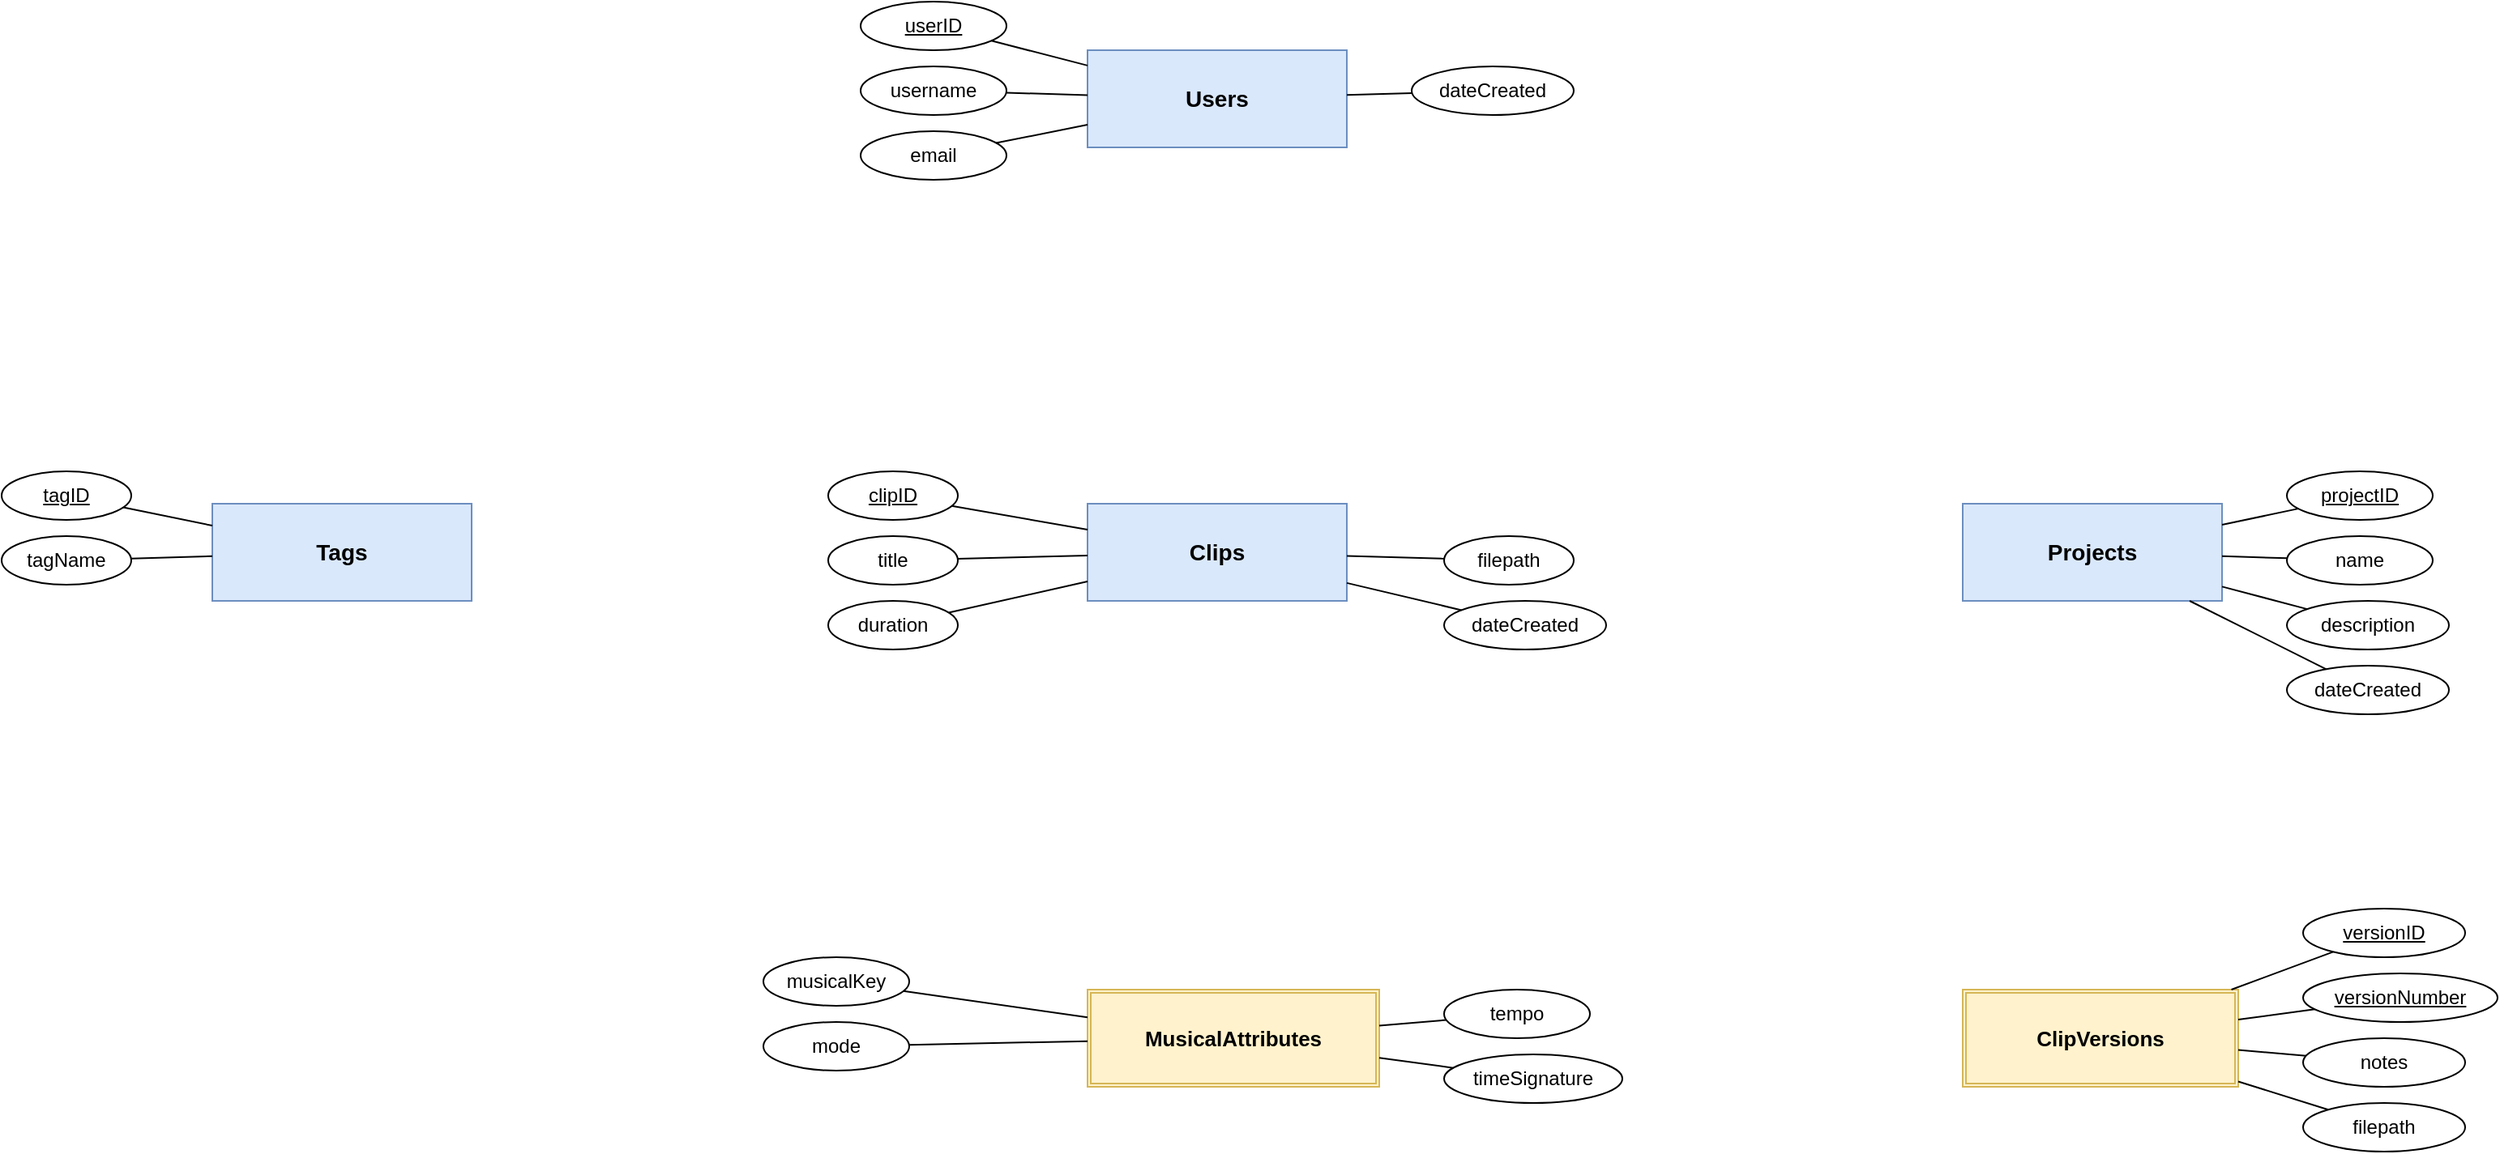
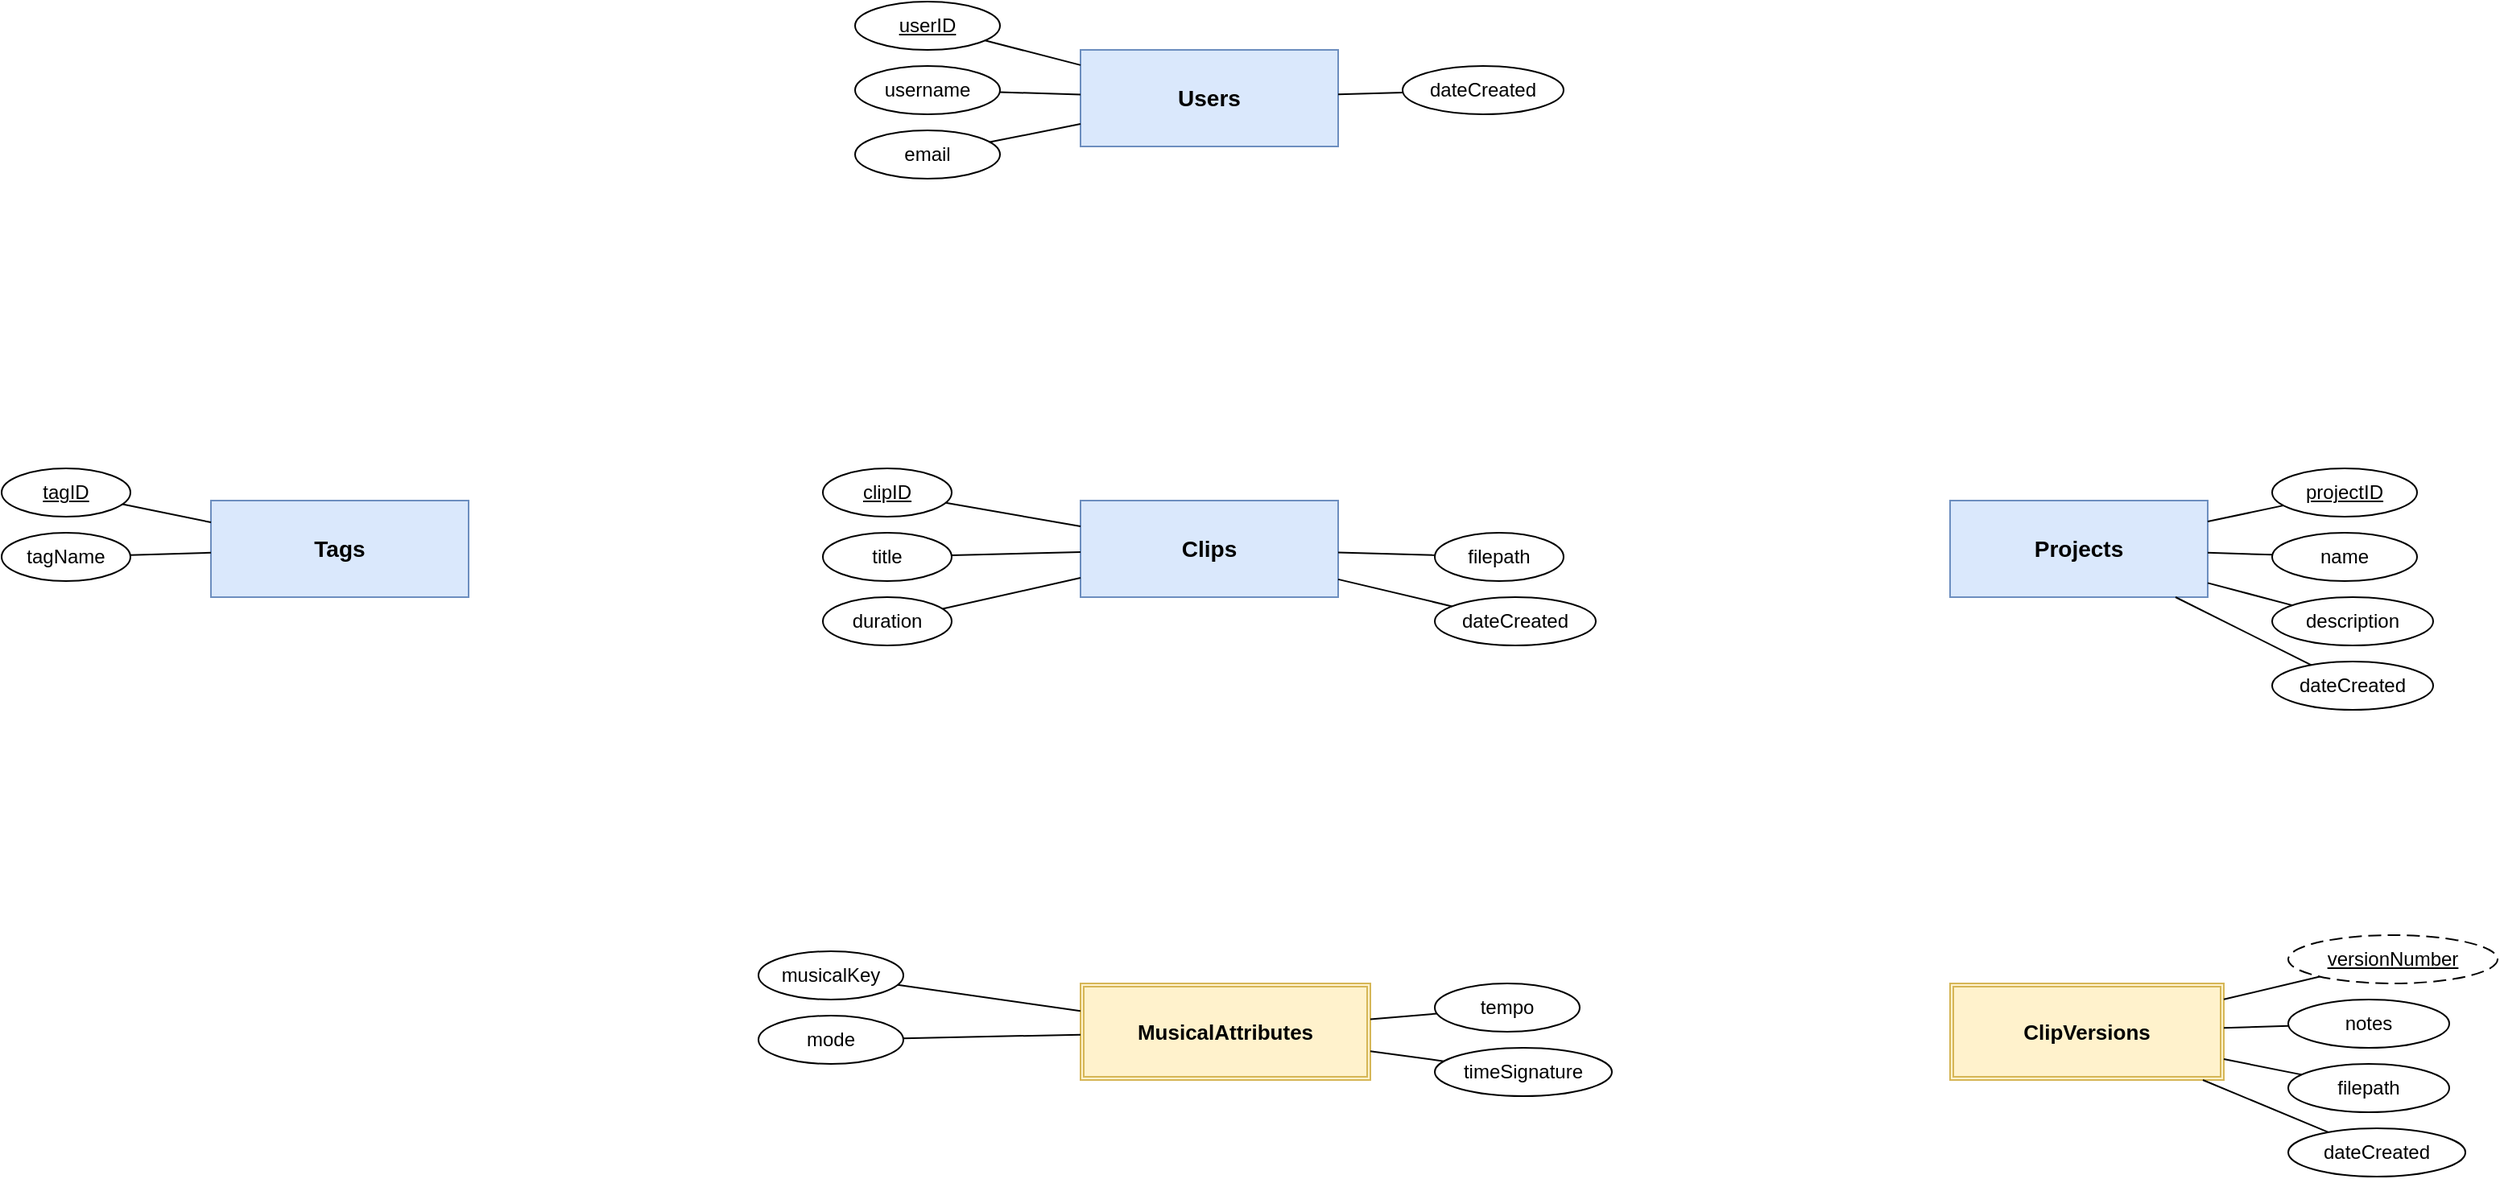
<mxfile host="app.diagrams.net" agent="HarmonyVault" version="24.7.17">
  <diagram name="HarmonyVault-ER" id="harmonyvault-er">
    <mxGraphModel dx="1600" dy="1000" grid="1" gridSize="10" guides="1" tooltips="1" connect="1" arrows="1" fold="1" page="1" pageScale="1" pageWidth="1600" pageHeight="1100" math="0" shadow="0">
      <root>
        <mxCell id="0" />
        <mxCell id="1" parent="0" />

        <!-- ============ STRONG ENTITIES ============ -->

        <!-- Users -->
        <mxCell id="ent_users" value="Users" style="rounded=0;whiteSpace=wrap;html=1;fillColor=#dae8fc;strokeColor=#6c8ebf;fontSize=14;fontStyle=1;" vertex="1" parent="1">
          <mxGeometry x="700" y="40" width="160" height="60" as="geometry" />
        </mxCell>

        <!-- Users attributes -->
        <mxCell id="attr_users_userid" value="userID" style="ellipse;whiteSpace=wrap;html=1;fontStyle=4;fillColor=#ffffff;" vertex="1" parent="1">
          <mxGeometry x="560" y="10" width="90" height="30" as="geometry" />
        </mxCell>
        <mxCell id="attr_users_username" value="username" style="ellipse;whiteSpace=wrap;html=1;fillColor=#ffffff;" vertex="1" parent="1">
          <mxGeometry x="560" y="50" width="90" height="30" as="geometry" />
        </mxCell>
        <mxCell id="attr_users_email" value="email" style="ellipse;whiteSpace=wrap;html=1;fillColor=#ffffff;" vertex="1" parent="1">
          <mxGeometry x="560" y="90" width="90" height="30" as="geometry" />
        </mxCell>
        <mxCell id="attr_users_date" value="dateCreated" style="ellipse;whiteSpace=wrap;html=1;fillColor=#ffffff;" vertex="1" parent="1">
          <mxGeometry x="900" y="50" width="100" height="30" as="geometry" />
        </mxCell>
        <mxCell id="e_users_a1" style="endArrow=none;html=1;" edge="1" parent="1" source="ent_users" target="attr_users_userid"><mxGeometry relative="1" as="geometry"/></mxCell>
        <mxCell id="e_users_a2" style="endArrow=none;html=1;" edge="1" parent="1" source="ent_users" target="attr_users_username"><mxGeometry relative="1" as="geometry"/></mxCell>
        <mxCell id="e_users_a3" style="endArrow=none;html=1;" edge="1" parent="1" source="ent_users" target="attr_users_email"><mxGeometry relative="1" as="geometry"/></mxCell>
        <mxCell id="e_users_a4" style="endArrow=none;html=1;" edge="1" parent="1" source="ent_users" target="attr_users_date"><mxGeometry relative="1" as="geometry"/></mxCell>

        <!-- Clips -->
        <mxCell id="ent_clips" value="Clips" style="rounded=0;whiteSpace=wrap;html=1;fillColor=#dae8fc;strokeColor=#6c8ebf;fontSize=14;fontStyle=1;" vertex="1" parent="1">
          <mxGeometry x="700" y="320" width="160" height="60" as="geometry" />
        </mxCell>
        <mxCell id="attr_clips_clipid" value="clipID" style="ellipse;whiteSpace=wrap;html=1;fontStyle=4;fillColor=#ffffff;" vertex="1" parent="1">
          <mxGeometry x="540" y="300" width="80" height="30" as="geometry" />
        </mxCell>
        <mxCell id="attr_clips_title" value="title" style="ellipse;whiteSpace=wrap;html=1;fillColor=#ffffff;" vertex="1" parent="1">
          <mxGeometry x="540" y="340" width="80" height="30" as="geometry" />
        </mxCell>
        <mxCell id="attr_clips_duration" value="duration" style="ellipse;whiteSpace=wrap;html=1;fillColor=#ffffff;" vertex="1" parent="1">
          <mxGeometry x="540" y="380" width="80" height="30" as="geometry" />
        </mxCell>
        <mxCell id="attr_clips_filepath" value="filepath" style="ellipse;whiteSpace=wrap;html=1;fillColor=#ffffff;" vertex="1" parent="1">
          <mxGeometry x="920" y="340" width="80" height="30" as="geometry" />
        </mxCell>
        <mxCell id="attr_clips_date" value="dateCreated" style="ellipse;whiteSpace=wrap;html=1;fillColor=#ffffff;" vertex="1" parent="1">
          <mxGeometry x="920" y="380" width="100" height="30" as="geometry" />
        </mxCell>
        <mxCell id="e_clips_a1" style="endArrow=none;html=1;" edge="1" parent="1" source="ent_clips" target="attr_clips_clipid"><mxGeometry relative="1" as="geometry"/></mxCell>
        <mxCell id="e_clips_a2" style="endArrow=none;html=1;" edge="1" parent="1" source="ent_clips" target="attr_clips_title"><mxGeometry relative="1" as="geometry"/></mxCell>
        <mxCell id="e_clips_a3" style="endArrow=none;html=1;" edge="1" parent="1" source="ent_clips" target="attr_clips_duration"><mxGeometry relative="1" as="geometry"/></mxCell>
        <mxCell id="e_clips_a4" style="endArrow=none;html=1;" edge="1" parent="1" source="ent_clips" target="attr_clips_filepath"><mxGeometry relative="1" as="geometry"/></mxCell>
        <mxCell id="e_clips_a5" style="endArrow=none;html=1;" edge="1" parent="1" source="ent_clips" target="attr_clips_date"><mxGeometry relative="1" as="geometry"/></mxCell>

        <!-- Projects -->
        <mxCell id="ent_projects" value="Projects" style="rounded=0;whiteSpace=wrap;html=1;fillColor=#dae8fc;strokeColor=#6c8ebf;fontSize=14;fontStyle=1;" vertex="1" parent="1">
          <mxGeometry x="1240" y="320" width="160" height="60" as="geometry" />
        </mxCell>
        <mxCell id="attr_projects_projectid" value="projectID" style="ellipse;whiteSpace=wrap;html=1;fontStyle=4;fillColor=#ffffff;" vertex="1" parent="1">
          <mxGeometry x="1440" y="300" width="90" height="30" as="geometry" />
        </mxCell>
        <mxCell id="attr_projects_name" value="name" style="ellipse;whiteSpace=wrap;html=1;fillColor=#ffffff;" vertex="1" parent="1">
          <mxGeometry x="1440" y="340" width="90" height="30" as="geometry" />
        </mxCell>
        <mxCell id="attr_projects_desc" value="description" style="ellipse;whiteSpace=wrap;html=1;fillColor=#ffffff;" vertex="1" parent="1">
          <mxGeometry x="1440" y="380" width="100" height="30" as="geometry" />
        </mxCell>
        <mxCell id="attr_projects_date" value="dateCreated" style="ellipse;whiteSpace=wrap;html=1;fillColor=#ffffff;" vertex="1" parent="1">
          <mxGeometry x="1440" y="420" width="100" height="30" as="geometry" />
        </mxCell>
        <mxCell id="e_projects_a1" style="endArrow=none;html=1;" edge="1" parent="1" source="ent_projects" target="attr_projects_projectid"><mxGeometry relative="1" as="geometry"/></mxCell>
        <mxCell id="e_projects_a2" style="endArrow=none;html=1;" edge="1" parent="1" source="ent_projects" target="attr_projects_name"><mxGeometry relative="1" as="geometry"/></mxCell>
        <mxCell id="e_projects_a3" style="endArrow=none;html=1;" edge="1" parent="1" source="ent_projects" target="attr_projects_desc"><mxGeometry relative="1" as="geometry"/></mxCell>
        <mxCell id="e_projects_a4" style="endArrow=none;html=1;" edge="1" parent="1" source="ent_projects" target="attr_projects_date"><mxGeometry relative="1" as="geometry"/></mxCell>

        <!-- Tags -->
        <mxCell id="ent_tags" value="Tags" style="rounded=0;whiteSpace=wrap;html=1;fillColor=#dae8fc;strokeColor=#6c8ebf;fontSize=14;fontStyle=1;" vertex="1" parent="1">
          <mxGeometry x="160" y="320" width="160" height="60" as="geometry" />
        </mxCell>
        <mxCell id="attr_tags_tagid" value="tagID" style="ellipse;whiteSpace=wrap;html=1;fontStyle=4;fillColor=#ffffff;" vertex="1" parent="1">
          <mxGeometry x="30" y="300" width="80" height="30" as="geometry" />
        </mxCell>
        <mxCell id="attr_tags_name" value="tagName" style="ellipse;whiteSpace=wrap;html=1;fillColor=#ffffff;" vertex="1" parent="1">
          <mxGeometry x="30" y="340" width="80" height="30" as="geometry" />
        </mxCell>
        <mxCell id="e_tags_a1" style="endArrow=none;html=1;" edge="1" parent="1" source="ent_tags" target="attr_tags_tagid"><mxGeometry relative="1" as="geometry"/></mxCell>
        <mxCell id="e_tags_a2" style="endArrow=none;html=1;" edge="1" parent="1" source="ent_tags" target="attr_tags_name"><mxGeometry relative="1" as="geometry"/></mxCell>

        <!-- ============ WEAK ENTITIES (double border) ============ -->

        <!-- MusicalAttributes (weak, depends on Clips) -->
        <mxCell id="ent_ma" value="MusicalAttributes" style="shape=ext;double=1;whiteSpace=wrap;html=1;fillColor=#fff2cc;strokeColor=#d6b656;fontSize=13;fontStyle=1;" vertex="1" parent="1">
          <mxGeometry x="700" y="620" width="180" height="60" as="geometry" />
        </mxCell>
        <mxCell id="attr_ma_key" value="musicalKey" style="ellipse;whiteSpace=wrap;html=1;fillColor=#ffffff;" vertex="1" parent="1">
          <mxGeometry x="500" y="600" width="90" height="30" as="geometry" />
        </mxCell>
        <mxCell id="attr_ma_mode" value="mode" style="ellipse;whiteSpace=wrap;html=1;fillColor=#ffffff;" vertex="1" parent="1">
          <mxGeometry x="500" y="640" width="90" height="30" as="geometry" />
        </mxCell>
        <mxCell id="attr_ma_tempo" value="tempo" style="ellipse;whiteSpace=wrap;html=1;fillColor=#ffffff;" vertex="1" parent="1">
          <mxGeometry x="920" y="620" width="90" height="30" as="geometry" />
        </mxCell>
        <mxCell id="attr_ma_ts" value="timeSignature" style="ellipse;whiteSpace=wrap;html=1;fillColor=#ffffff;" vertex="1" parent="1">
          <mxGeometry x="920" y="660" width="110" height="30" as="geometry" />
        </mxCell>
        <mxCell id="e_ma_a1" style="endArrow=none;html=1;" edge="1" parent="1" source="ent_ma" target="attr_ma_key"><mxGeometry relative="1" as="geometry"/></mxCell>
        <mxCell id="e_ma_a2" style="endArrow=none;html=1;" edge="1" parent="1" source="ent_ma" target="attr_ma_mode"><mxGeometry relative="1" as="geometry"/></mxCell>
        <mxCell id="e_ma_a3" style="endArrow=none;html=1;" edge="1" parent="1" source="ent_ma" target="attr_ma_tempo"><mxGeometry relative="1" as="geometry"/></mxCell>
        <mxCell id="e_ma_a4" style="endArrow=none;html=1;" edge="1" parent="1" source="ent_ma" target="attr_ma_ts"><mxGeometry relative="1" as="geometry"/></mxCell>

        <!-- ClipVersions (weak, depends on Clips) -->
+         <!-- versionID omitted: it is a relational-level surrogate key added
+              during schema mapping and is NOT part of the conceptual ER model.
+              The partial key is versionNumber (dashed ellipse + underline). -->
        <mxCell id="ent_cv" value="ClipVersions" style="shape=ext;double=1;whiteSpace=wrap;html=1;fillColor=#fff2cc;strokeColor=#d6b656;fontSize=13;fontStyle=1;" vertex="1" parent="1">
          <mxGeometry x="1240" y="620" width="170" height="60" as="geometry" />
        </mxCell>
-         <mxCell id="attr_cv_versionid" value="versionID" style="ellipse;whiteSpace=wrap;html=1;fontStyle=4;fillColor=#ffffff;" vertex="1" parent="1">
-           <mxGeometry x="1450" y="570" width="100" height="30" as="geometry" />
-         </mxCell>
-         <mxCell id="attr_cv_versionnum" value="versionNumber" style="ellipse;whiteSpace=wrap;html=1;fontStyle=4;fillColor=#ffffff;" vertex="1" parent="1">
-           <mxGeometry x="1450" y="610" width="120" height="30" as="geometry" />
+         <!-- versionNumber = partial key: dashed ellipse border + underlined text -->
+         <mxCell id="attr_cv_versionnum" value="versionNumber" style="ellipse;whiteSpace=wrap;html=1;fontStyle=4;dashed=1;dashPattern=8 4;fillColor=#ffffff;" vertex="1" parent="1">
+           <mxGeometry x="1450" y="590" width="130" height="30" as="geometry" />
        </mxCell>
        <mxCell id="attr_cv_notes" value="notes" style="ellipse;whiteSpace=wrap;html=1;fillColor=#ffffff;" vertex="1" parent="1">
-           <mxGeometry x="1450" y="650" width="100" height="30" as="geometry" />
+           <mxGeometry x="1450" y="630" width="100" height="30" as="geometry" />
        </mxCell>
        <mxCell id="attr_cv_filepath" value="filepath" style="ellipse;whiteSpace=wrap;html=1;fillColor=#ffffff;" vertex="1" parent="1">
-           <mxGeometry x="1450" y="690" width="100" height="30" as="geometry" />
-         </mxCell>
-         <mxCell id="e_cv_a1" style="endArrow=none;html=1;" edge="1" parent="1" source="ent_cv" target="attr_cv_versionid"><mxGeometry relative="1" as="geometry"/></mxCell>
+           <mxGeometry x="1450" y="670" width="100" height="30" as="geometry" />
+         </mxCell>
+         <mxCell id="attr_cv_datecreated" value="dateCreated" style="ellipse;whiteSpace=wrap;html=1;fillColor=#ffffff;" vertex="1" parent="1">
+           <mxGeometry x="1450" y="710" width="110" height="30" as="geometry" />
+         </mxCell>
        <mxCell id="e_cv_a2" style="endArrow=none;html=1;" edge="1" parent="1" source="ent_cv" target="attr_cv_versionnum"><mxGeometry relative="1" as="geometry"/></mxCell>
        <mxCell id="e_cv_a3" style="endArrow=none;html=1;" edge="1" parent="1" source="ent_cv" target="attr_cv_notes"><mxGeometry relative="1" as="geometry"/></mxCell>
        <mxCell id="e_cv_a4" style="endArrow=none;html=1;" edge="1" parent="1" source="ent_cv" target="attr_cv_filepath"><mxGeometry relative="1" as="geometry"/></mxCell>
+         <mxCell id="e_cv_a5" style="endArrow=none;html=1;" edge="1" parent="1" source="ent_cv" target="attr_cv_datecreated"><mxGeometry relative="1" as="geometry"/></mxCell>

        <!-- ============ RELATIONSHIPS (diamonds) ============ -->

        <!-- Owns: Users 1 ---- N Clips -->
        <mxCell id="rel_owns" value="Owns" style="rhombus;whiteSpace=wrap;html=1;fillColor=#d5e8d4;strokeColor=#82b366;fontStyle=1;" vertex="1" parent="1">
          <mxGeometry x="730" y="180" width="100" height="60" as="geometry" />
        </mxCell>
        <mxCell id="e_owns_u" value="1" style="endArrow=none;html=1;fontSize=12;" edge="1" parent="1" source="ent_users" target="rel_owns"><mxGeometry relative="1" as="geometry"/></mxCell>
        <mxCell id="e_owns_c" value="N" style="endArrow=none;html=1;fontSize=12;" edge="1" parent="1" source="rel_owns" target="ent_clips"><mxGeometry relative="1" as="geometry"/></mxCell>

        <!-- Creates: Users 1 ---- N Projects -->
        <mxCell id="rel_creates" value="Creates" style="rhombus;whiteSpace=wrap;html=1;fillColor=#d5e8d4;strokeColor=#82b366;fontStyle=1;" vertex="1" parent="1">
          <mxGeometry x="1020" y="180" width="100" height="60" as="geometry" />
        </mxCell>
        <mxCell id="e_creates_u" value="1" style="endArrow=none;html=1;fontSize=12;" edge="1" parent="1" source="ent_users" target="rel_creates"><mxGeometry relative="1" as="geometry"/></mxCell>
        <mxCell id="e_creates_p" value="N" style="endArrow=none;html=1;fontSize=12;" edge="1" parent="1" source="rel_creates" target="ent_projects"><mxGeometry relative="1" as="geometry"/></mxCell>

        <!-- Defines: Users 1 ---- N Tags -->
        <mxCell id="rel_defines" value="Defines" style="rhombus;whiteSpace=wrap;html=1;fillColor=#d5e8d4;strokeColor=#82b366;fontStyle=1;" vertex="1" parent="1">
          <mxGeometry x="430" y="180" width="100" height="60" as="geometry" />
        </mxCell>
        <mxCell id="e_defines_u" value="1" style="endArrow=none;html=1;fontSize=12;" edge="1" parent="1" source="ent_users" target="rel_defines"><mxGeometry relative="1" as="geometry"/></mxCell>
        <mxCell id="e_defines_t" value="N" style="endArrow=none;html=1;fontSize=12;" edge="1" parent="1" source="rel_defines" target="ent_tags"><mxGeometry relative="1" as="geometry"/></mxCell>

        <!-- Tagged: Clips M ---- N Tags -->
        <mxCell id="rel_tagged" value="Tagged" style="rhombus;whiteSpace=wrap;html=1;fillColor=#d5e8d4;strokeColor=#82b366;fontStyle=1;" vertex="1" parent="1">
          <mxGeometry x="430" y="340" width="100" height="60" as="geometry" />
        </mxCell>
        <mxCell id="e_tagged_c" value="M" style="endArrow=none;html=1;fontSize=12;" edge="1" parent="1" source="ent_clips" target="rel_tagged"><mxGeometry relative="1" as="geometry"/></mxCell>
        <mxCell id="e_tagged_t" value="N" style="endArrow=none;html=1;fontSize=12;" edge="1" parent="1" source="rel_tagged" target="ent_tags"><mxGeometry relative="1" as="geometry"/></mxCell>

        <!-- Includes: Clips M ---- N Projects -->
        <mxCell id="rel_includes" value="Includes" style="rhombus;whiteSpace=wrap;html=1;fillColor=#d5e8d4;strokeColor=#82b366;fontStyle=1;" vertex="1" parent="1">
          <mxGeometry x="1020" y="340" width="100" height="60" as="geometry" />
        </mxCell>
        <mxCell id="e_inc_c" value="M" style="endArrow=none;html=1;fontSize=12;" edge="1" parent="1" source="ent_clips" target="rel_includes"><mxGeometry relative="1" as="geometry"/></mxCell>
        <mxCell id="e_inc_p" value="N" style="endArrow=none;html=1;fontSize=12;" edge="1" parent="1" source="rel_includes" target="ent_projects"><mxGeometry relative="1" as="geometry"/></mxCell>

        <!-- Collaborates: Users M ---- N Projects, with role + addedAt attributes ON THE RELATIONSHIP -->
        <mxCell id="rel_collab" value="Collaborates" style="rhombus;whiteSpace=wrap;html=1;fillColor=#d5e8d4;strokeColor=#82b366;fontStyle=1;" vertex="1" parent="1">
          <mxGeometry x="1220" y="100" width="130" height="70" as="geometry" />
        </mxCell>
        <mxCell id="e_collab_u" value="M" style="endArrow=none;html=1;fontSize=12;" edge="1" parent="1" source="ent_users" target="rel_collab"><mxGeometry relative="1" as="geometry"/></mxCell>
        <mxCell id="e_collab_p" value="N" style="endArrow=none;html=1;fontSize=12;" edge="1" parent="1" source="rel_collab" target="ent_projects"><mxGeometry relative="1" as="geometry"/></mxCell>

        <!-- Attributes on Collaborates (TA feedback fix #2) -->
        <mxCell id="attr_collab_role" value="role" style="ellipse;whiteSpace=wrap;html=1;fillColor=#ffe6cc;strokeColor=#d79b00;" vertex="1" parent="1">
          <mxGeometry x="1380" y="60" width="80" height="30" as="geometry" />
        </mxCell>
        <mxCell id="attr_collab_addedat" value="addedAt" style="ellipse;whiteSpace=wrap;html=1;fillColor=#ffe6cc;strokeColor=#d79b00;" vertex="1" parent="1">
          <mxGeometry x="1380" y="100" width="90" height="30" as="geometry" />
        </mxCell>
        <mxCell id="e_collab_role" style="endArrow=none;html=1;" edge="1" parent="1" source="rel_collab" target="attr_collab_role"><mxGeometry relative="1" as="geometry"/></mxCell>
        <mxCell id="e_collab_added" style="endArrow=none;html=1;" edge="1" parent="1" source="rel_collab" target="attr_collab_addedat"><mxGeometry relative="1" as="geometry"/></mxCell>

        <!-- HasAttributes: Clips 1 ---- 1 MusicalAttributes (identifying, double line) -->
        <mxCell id="rel_hasattr" value="HasAttributes" style="rhombus;double=1;whiteSpace=wrap;html=1;fillColor=#fff2cc;strokeColor=#d6b656;fontStyle=1;" vertex="1" parent="1">
          <mxGeometry x="720" y="470" width="140" height="70" as="geometry" />
        </mxCell>
        <mxCell id="e_hasattr_c" value="1" style="endArrow=none;html=1;fontSize=12;strokeWidth=2;" edge="1" parent="1" source="ent_clips" target="rel_hasattr"><mxGeometry relative="1" as="geometry"/></mxCell>
        <mxCell id="e_hasattr_ma" value="1" style="endArrow=none;html=1;fontSize=12;strokeWidth=2;" edge="1" parent="1" source="rel_hasattr" target="ent_ma"><mxGeometry relative="1" as="geometry"/></mxCell>

        <!-- HasVersion: Clips 1 ---- N ClipVersions (identifying, double line) -->
        <mxCell id="rel_hasver" value="HasVersion" style="rhombus;double=1;whiteSpace=wrap;html=1;fillColor=#fff2cc;strokeColor=#d6b656;fontStyle=1;" vertex="1" parent="1">
          <mxGeometry x="1020" y="470" width="140" height="70" as="geometry" />
        </mxCell>
        <mxCell id="e_hasver_c" value="1" style="endArrow=none;html=1;fontSize=12;strokeWidth=2;" edge="1" parent="1" source="ent_clips" target="rel_hasver"><mxGeometry relative="1" as="geometry"/></mxCell>
        <mxCell id="e_hasver_cv" value="N" style="endArrow=none;html=1;fontSize=12;strokeWidth=2;" edge="1" parent="1" source="rel_hasver" target="ent_cv"><mxGeometry relative="1" as="geometry"/></mxCell>

        <!-- ============ LEGEND ============ -->
        <mxCell id="legend_title" value="Legend" style="text;html=1;fontSize=14;fontStyle=1;align=left;" vertex="1" parent="1">
          <mxGeometry x="80" y="800" width="100" height="25" as="geometry" />
        </mxCell>
        <mxCell id="legend_strong" value="Strong entity" style="rounded=0;whiteSpace=wrap;html=1;fillColor=#dae8fc;strokeColor=#6c8ebf;" vertex="1" parent="1">
          <mxGeometry x="80" y="830" width="140" height="30" as="geometry" />
        </mxCell>
        <mxCell id="legend_weak" value="Weak entity (double border)" style="shape=ext;double=1;whiteSpace=wrap;html=1;fillColor=#fff2cc;strokeColor=#d6b656;" vertex="1" parent="1">
          <mxGeometry x="80" y="870" width="220" height="30" as="geometry" />
        </mxCell>
        <mxCell id="legend_rel" value="Relationship" style="rhombus;whiteSpace=wrap;html=1;fillColor=#d5e8d4;strokeColor=#82b366;" vertex="1" parent="1">
          <mxGeometry x="80" y="910" width="140" height="40" as="geometry" />
        </mxCell>
        <mxCell id="legend_idrel" value="Identifying relationship (double)" style="rhombus;double=1;whiteSpace=wrap;html=1;fillColor=#fff2cc;strokeColor=#d6b656;" vertex="1" parent="1">
          <mxGeometry x="80" y="960" width="230" height="40" as="geometry" />
        </mxCell>
        <mxCell id="legend_key" value="Underlined attribute = primary key" style="text;html=1;fontSize=12;align=left;" vertex="1" parent="1">
          <mxGeometry x="80" y="1010" width="260" height="20" as="geometry" />
        </mxCell>
        <mxCell id="legend_relattr" value="Orange attribute = relationship attribute" style="text;html=1;fontSize=12;align=left;" vertex="1" parent="1">
          <mxGeometry x="80" y="1030" width="280" height="20" as="geometry" />
        </mxCell>

        <!-- ============ TITLE ============ -->
        <mxCell id="title" value="HarmonyVault — ER Diagram (revised per TA feedback)" style="text;html=1;fontSize=18;fontStyle=1;align=center;" vertex="1" parent="1">
          <mxGeometry x="500" y="0" width="600" height="30" as="geometry" />
        </mxCell>
-         <mxCell id="subtitle" value="Fixes: no FKs inside entity boxes · role &amp; addedAt on Collaborates · MusicalAttributes &amp; ClipVersions as weak entities" style="text;html=1;fontSize=11;align=center;fontStyle=2;" vertex="1" parent="1">
-           <mxGeometry x="400" y="1060" width="800" height="20" as="geometry" />
+         <mxCell id="subtitle" value="Fixes: no FKs inside entity boxes · role &amp; addedAt on Collaborates · weak entities with double border · identifying rels with double diamond · versionNumber as partial key (dashed ellipse, no versionID)" style="text;html=1;fontSize=10;align=center;fontStyle=2;" vertex="1" parent="1">
+           <mxGeometry x="300" y="1075" width="1000" height="20" as="geometry" />
        </mxCell>

      </root>
    </mxGraphModel>
  </diagram>
</mxfile>
